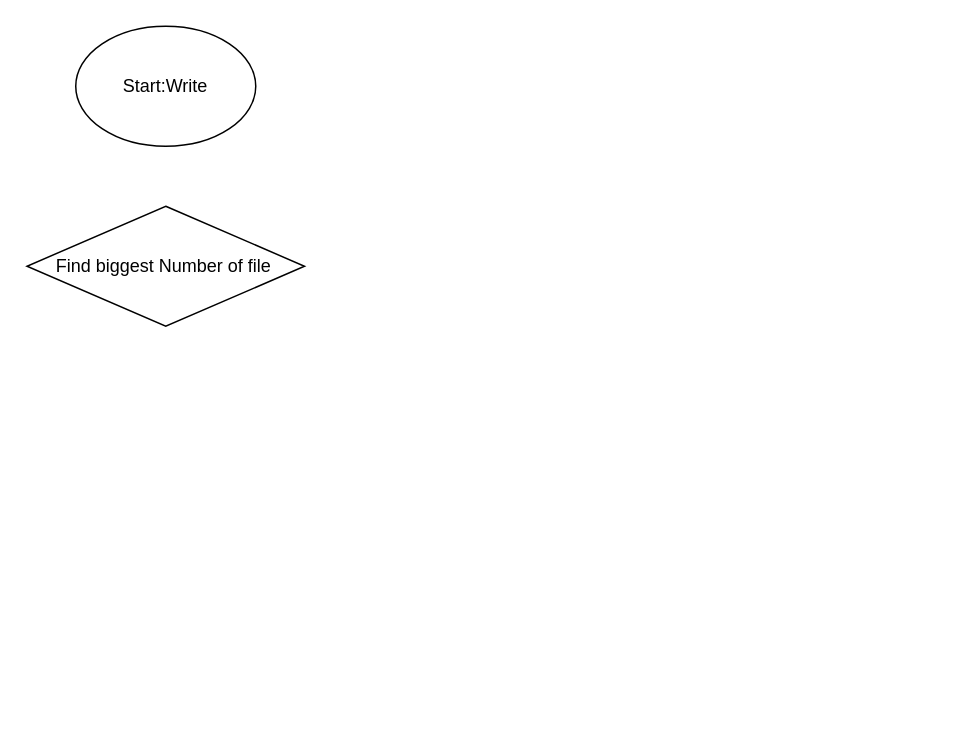
Chipuscu/STM321 keeps this draw.io diagram as page "Write" (4 of 4) of Mindset.drawio. Above is the earlier version. Source tidied: cells renumbered, new cells numbered last; positions are measured from the earlier drawing's top-left corner, leaving out a move shared by most shapes. Both pictures are drawn from the tidied source at 150%, with x=0, y=0 at pixel (27, 26).
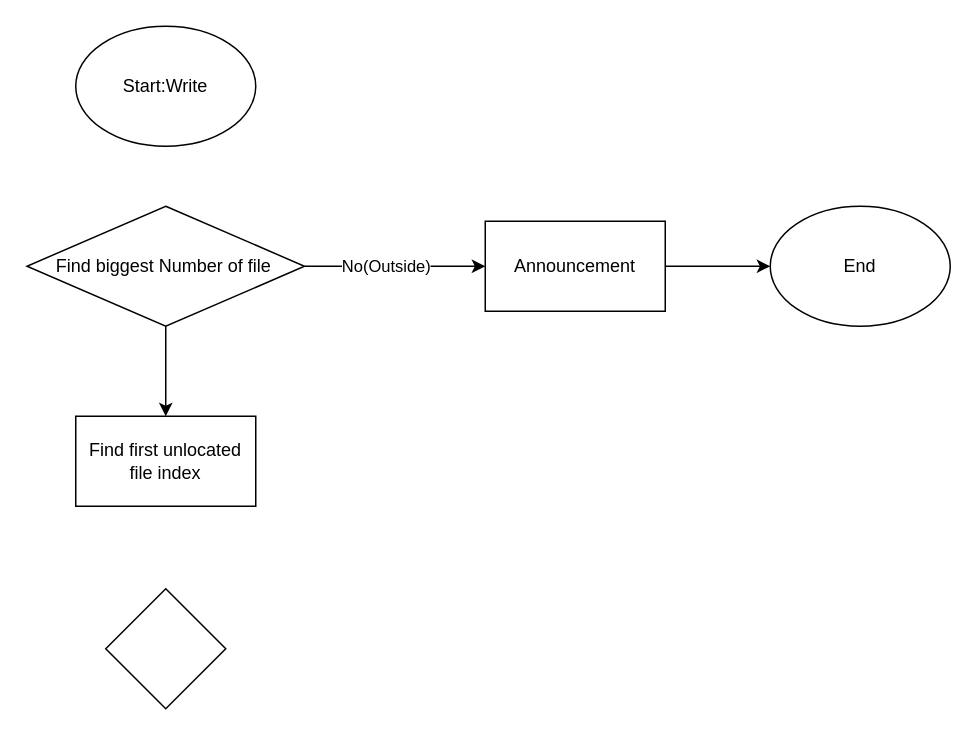
The same page after the edit.

Commit message:
Cập nhật Mindset.drawio

Change to the diagram source:
```diff
@@
 <mxGraphModel>
   <root>
     <mxCell id="0" />
     <mxCell id="1" parent="0" />
     <mxCell id="2" value="Start:Write" style="ellipse;whiteSpace=wrap;html=1;" parent="1" vertex="1">
       <mxGeometry x="32" width="120" height="80" as="geometry" />
     </mxCell>
+    <mxCell id="4" style="edgeStyle=orthogonalEdgeStyle;rounded=0;jettySize=auto;html=1;entryX=0;entryY=0.5;entryDx=0;entryDy=0;" parent="1" edge="1" source="3" target="9">
+      <mxGeometry relative="1" as="geometry" />
+    </mxCell>
+    <mxCell id="5" value="No(Outside)" style="edgeLabel;html=1;align=center;verticalAlign=middle;" parent="4" vertex="1">
+      <mxGeometry x="-0.1" y="1" relative="1" as="geometry" />
+    </mxCell>
+    <mxCell id="6" style="edgeStyle=orthogonalEdgeStyle;rounded=0;jettySize=auto;html=1;entryX=0.5;entryY=0;entryDx=0;entryDy=0;" parent="1" edge="1" source="3" target="7">
+      <mxGeometry relative="1" as="geometry" />
+    </mxCell>
     <mxCell id="3" value="Find biggest Number of file&amp;nbsp;" style="rhombus;whiteSpace=wrap;html=1;" parent="1" vertex="1">
       <mxGeometry x="-0.5" y="120" width="185" height="80" as="geometry" />
     </mxCell>
+    <mxCell id="7" value="Find first unlocated file index" style="rounded=0;whiteSpace=wrap;html=1;" parent="1" vertex="1">
+      <mxGeometry x="32" y="260" width="120" height="60" as="geometry" />
+    </mxCell>
+    <mxCell id="8" style="edgeStyle=orthogonalEdgeStyle;rounded=0;jettySize=auto;html=1;entryX=0;entryY=0.5;entryDx=0;entryDy=0;" parent="1" edge="1" source="9" target="10">
+      <mxGeometry relative="1" as="geometry" />
+    </mxCell>
+    <mxCell id="9" value="Announcement" style="rounded=0;whiteSpace=wrap;html=1;" parent="1" vertex="1">
+      <mxGeometry x="305" y="130" width="120" height="60" as="geometry" />
+    </mxCell>
+    <mxCell id="10" value="End" style="ellipse;whiteSpace=wrap;html=1;" parent="1" vertex="1">
+      <mxGeometry x="495" y="120" width="120" height="80" as="geometry" />
+    </mxCell>
+    <mxCell id="11" style="rhombus;whiteSpace=wrap;html=1;" parent="1" vertex="1">
+      <mxGeometry x="52" y="375" width="80" height="80" as="geometry" />
+    </mxCell>
   </root>
 </mxGraphModel>
```
